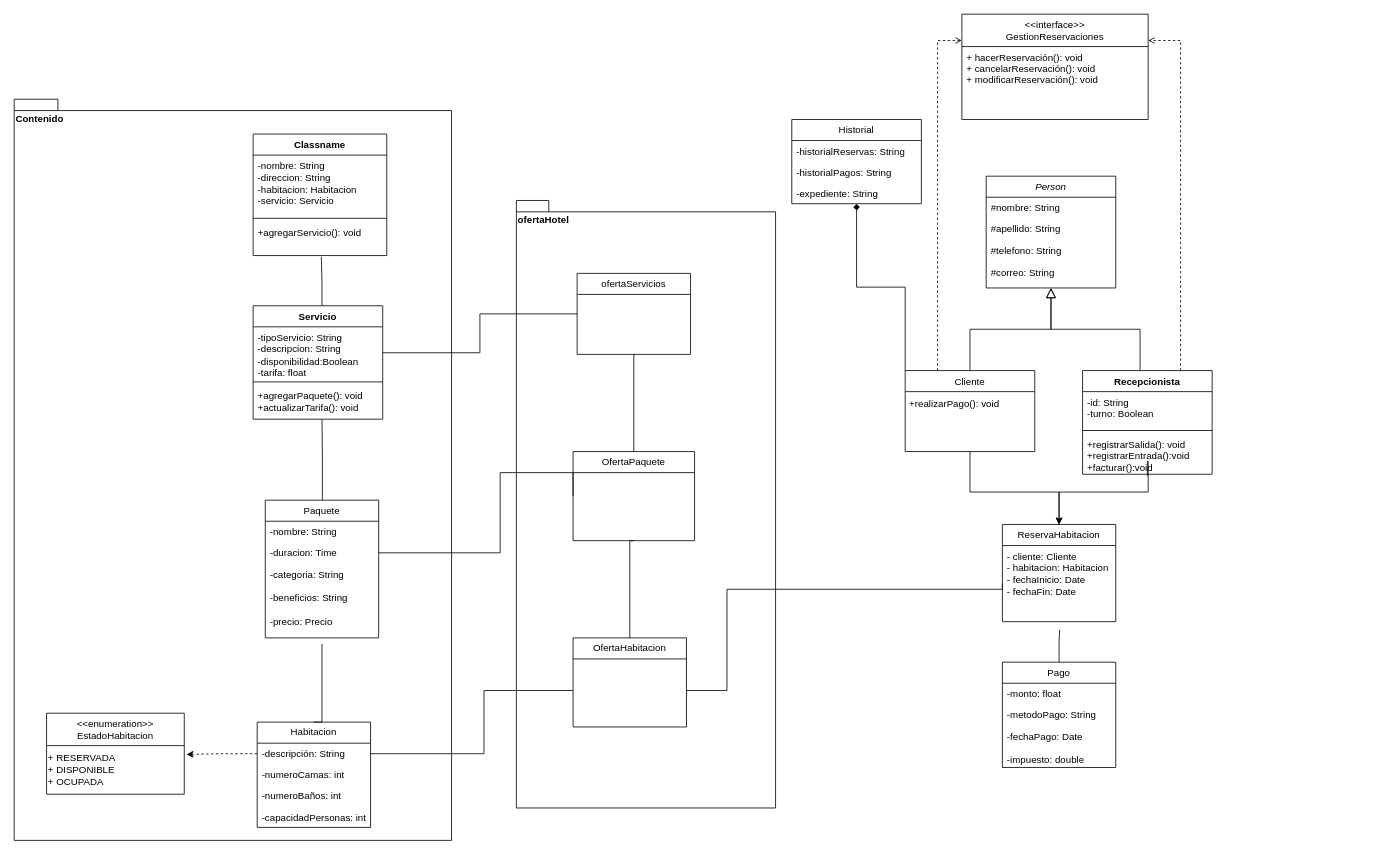
GabrielCevallos/SistemaReservacionesHotel keeps this draw.io diagram as SistemaReservacionesHotel.drawio. Above is the earlier version. Source tidied: cells renumbered, new cells numbered last; positions are measured from the earlier drawing's top-left corner, leaving out a move shared by most shapes. Both pictures are drawn from the tidied source at 81%, with x=0, y=0 at pixel (14, 14).
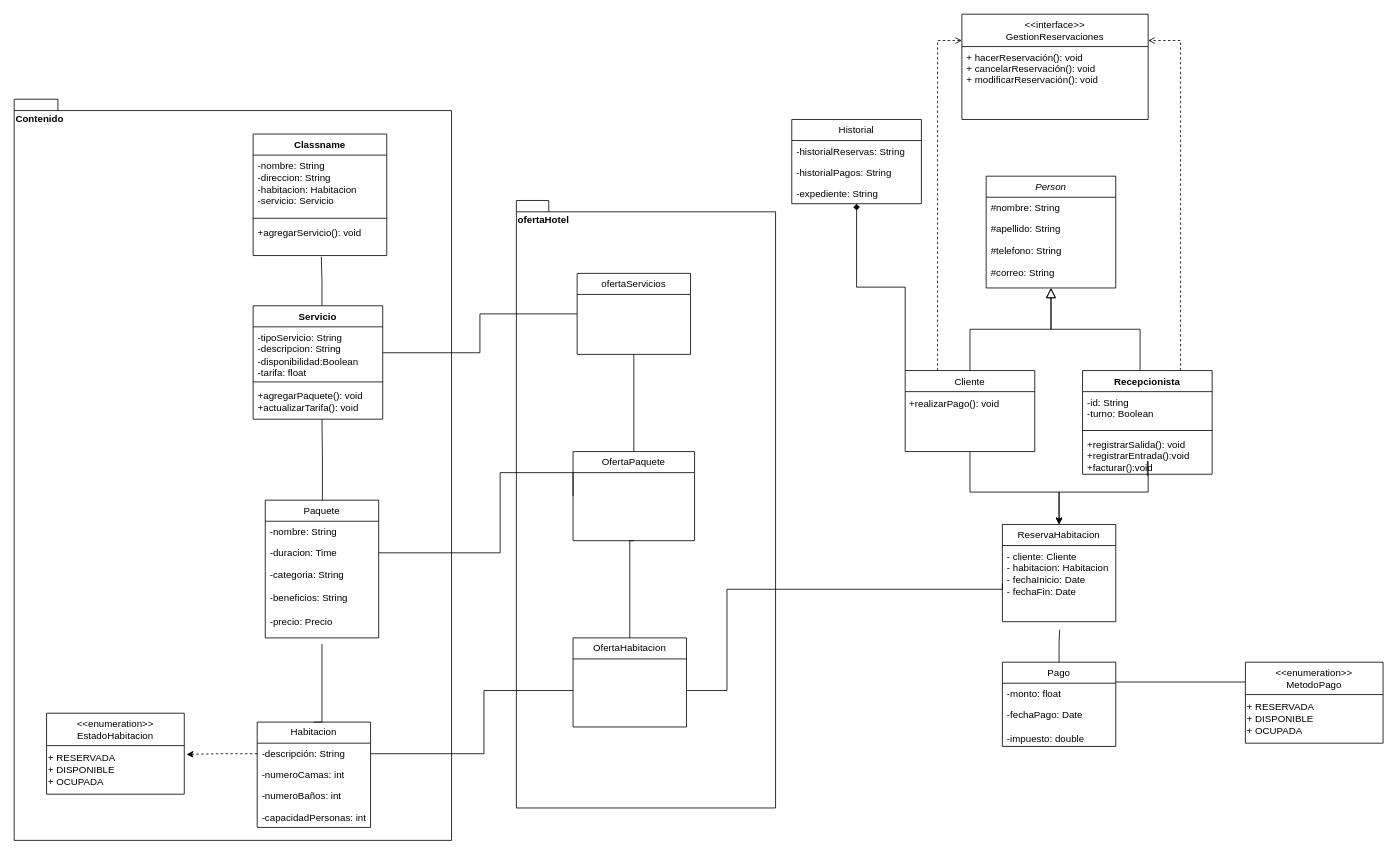
The same page after the edit.

Diff of the diagram source:
```diff
@@
     <mxCell id="25" value="Pago" style="swimlane;fontStyle=0;horizontal=1;startSize=26;fillColor=none;whiteSpace=wrap;html=1;" parent="1" vertex="1">
-      <mxGeometry x="1220" y="800" width="140" height="130" as="geometry" />
+      <mxGeometry x="1220" y="800" width="140" height="104" as="geometry" />
     </mxCell>
@@
-    <mxCell id="27" value="-metodoPago: String" style="text;strokeColor=none;fillColor=none;align=left;verticalAlign=top;spacingLeft=4;spacingRight=4;overflow=hidden;whiteSpace=wrap;html=1;" parent="25" vertex="1">
-      <mxGeometry y="52" width="140" height="26" as="geometry" />
-    </mxCell>
     <mxCell id="28" value="-fechaPago: Date&lt;div&gt;&lt;br&gt;&lt;/div&gt;&lt;div&gt;-impuesto: double&lt;/div&gt;" style="text;strokeColor=none;fillColor=none;align=left;verticalAlign=top;spacingLeft=4;spacingRight=4;overflow=hidden;whiteSpace=wrap;html=1;" parent="25" vertex="1">
-      <mxGeometry y="78" width="140" height="52" as="geometry" />
+      <mxGeometry y="52" width="140" height="52" as="geometry" />
     </mxCell>
@@
+    <mxCell id="67" value="&lt;&lt;enumeration&gt;&gt;&#10;MetodoPago" style="swimlane;fontStyle=0;align=center;verticalAlign=top;horizontal=1;startSize=40;rounded=0;shadow=0;strokeWidth=1;" parent="1" vertex="1">
+      <mxGeometry x="1520" y="800" width="170" height="100" as="geometry" />
+    </mxCell>
+    <mxCell id="68" value="+ RESERVADA&lt;div&gt;+ DISPONIBLE&lt;/div&gt;&lt;div&gt;+ OCUPADA&lt;/div&gt;" style="text;html=1;align=left;verticalAlign=middle;strokeColor=none;fillColor=none;" parent="67" vertex="1">
+      <mxGeometry y="40" width="170" height="60" as="geometry" />
+    </mxCell>
+    <mxCell id="69" style="endArrow=none;html=1;edgeStyle=orthogonalEdgeStyle;rounded=0;" parent="1" edge="1">
+      <mxGeometry relative="1" as="geometry">
+        <mxPoint x="1360" y="824.5" as="sourcePoint" />
+        <mxPoint x="1520" y="824.5" as="targetPoint" />
+      </mxGeometry>
+    </mxCell>
```
